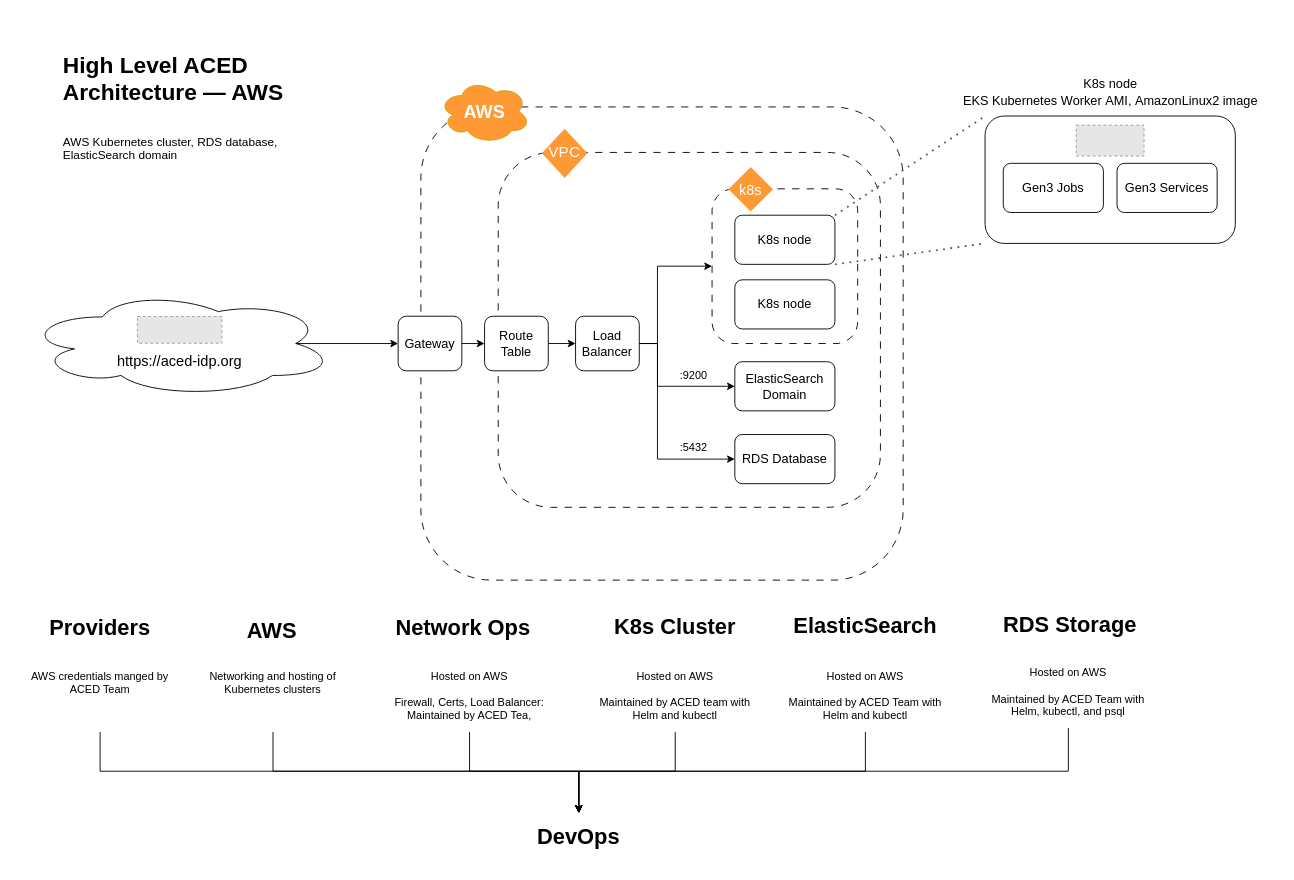
This is page "AWS" (8 of 9) of dev.drawio from lbeckman314/diagrams, a draw.io file, before an edit. Source tidied: cells renumbered, new cells numbered last; positions are measured from the earlier drawing's top-left corner, leaving out a move shared by most shapes. Both pictures are drawn from the tidied source at 91%, with x=0, y=0 at pixel (15, 15). Pictures stored in the file or linked from it are replaced by grey dashed boxes.
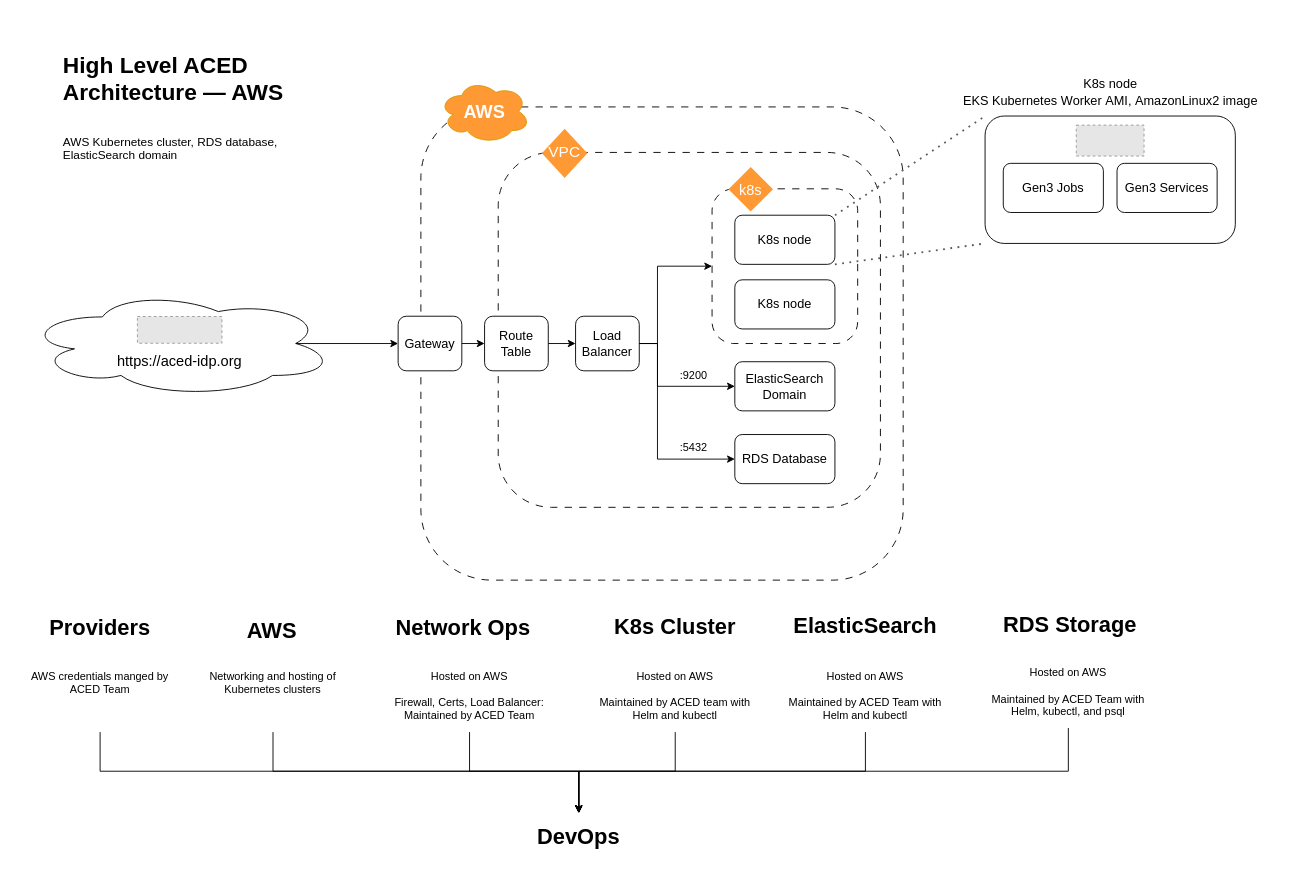
After the change.

Diff of the diagram source:
```diff
@@
-    <mxCell id="38" value="Hosted on AWS&lt;br&gt;&lt;br&gt;Firewall, Certs, Load Balancer: Maintained by ACED Tea," style="text;whiteSpace=wrap;html=1;align=center;" parent="1" vertex="1">
+    <mxCell id="38" value="Hosted on AWS&lt;br&gt;&lt;br&gt;Firewall, Certs, Load Balancer: Maintained by ACED Team" style="text;whiteSpace=wrap;html=1;align=center;" parent="1" vertex="1">
       <mxGeometry x="406" y="712" width="185" height="75" as="geometry" />
     </mxCell>
```
